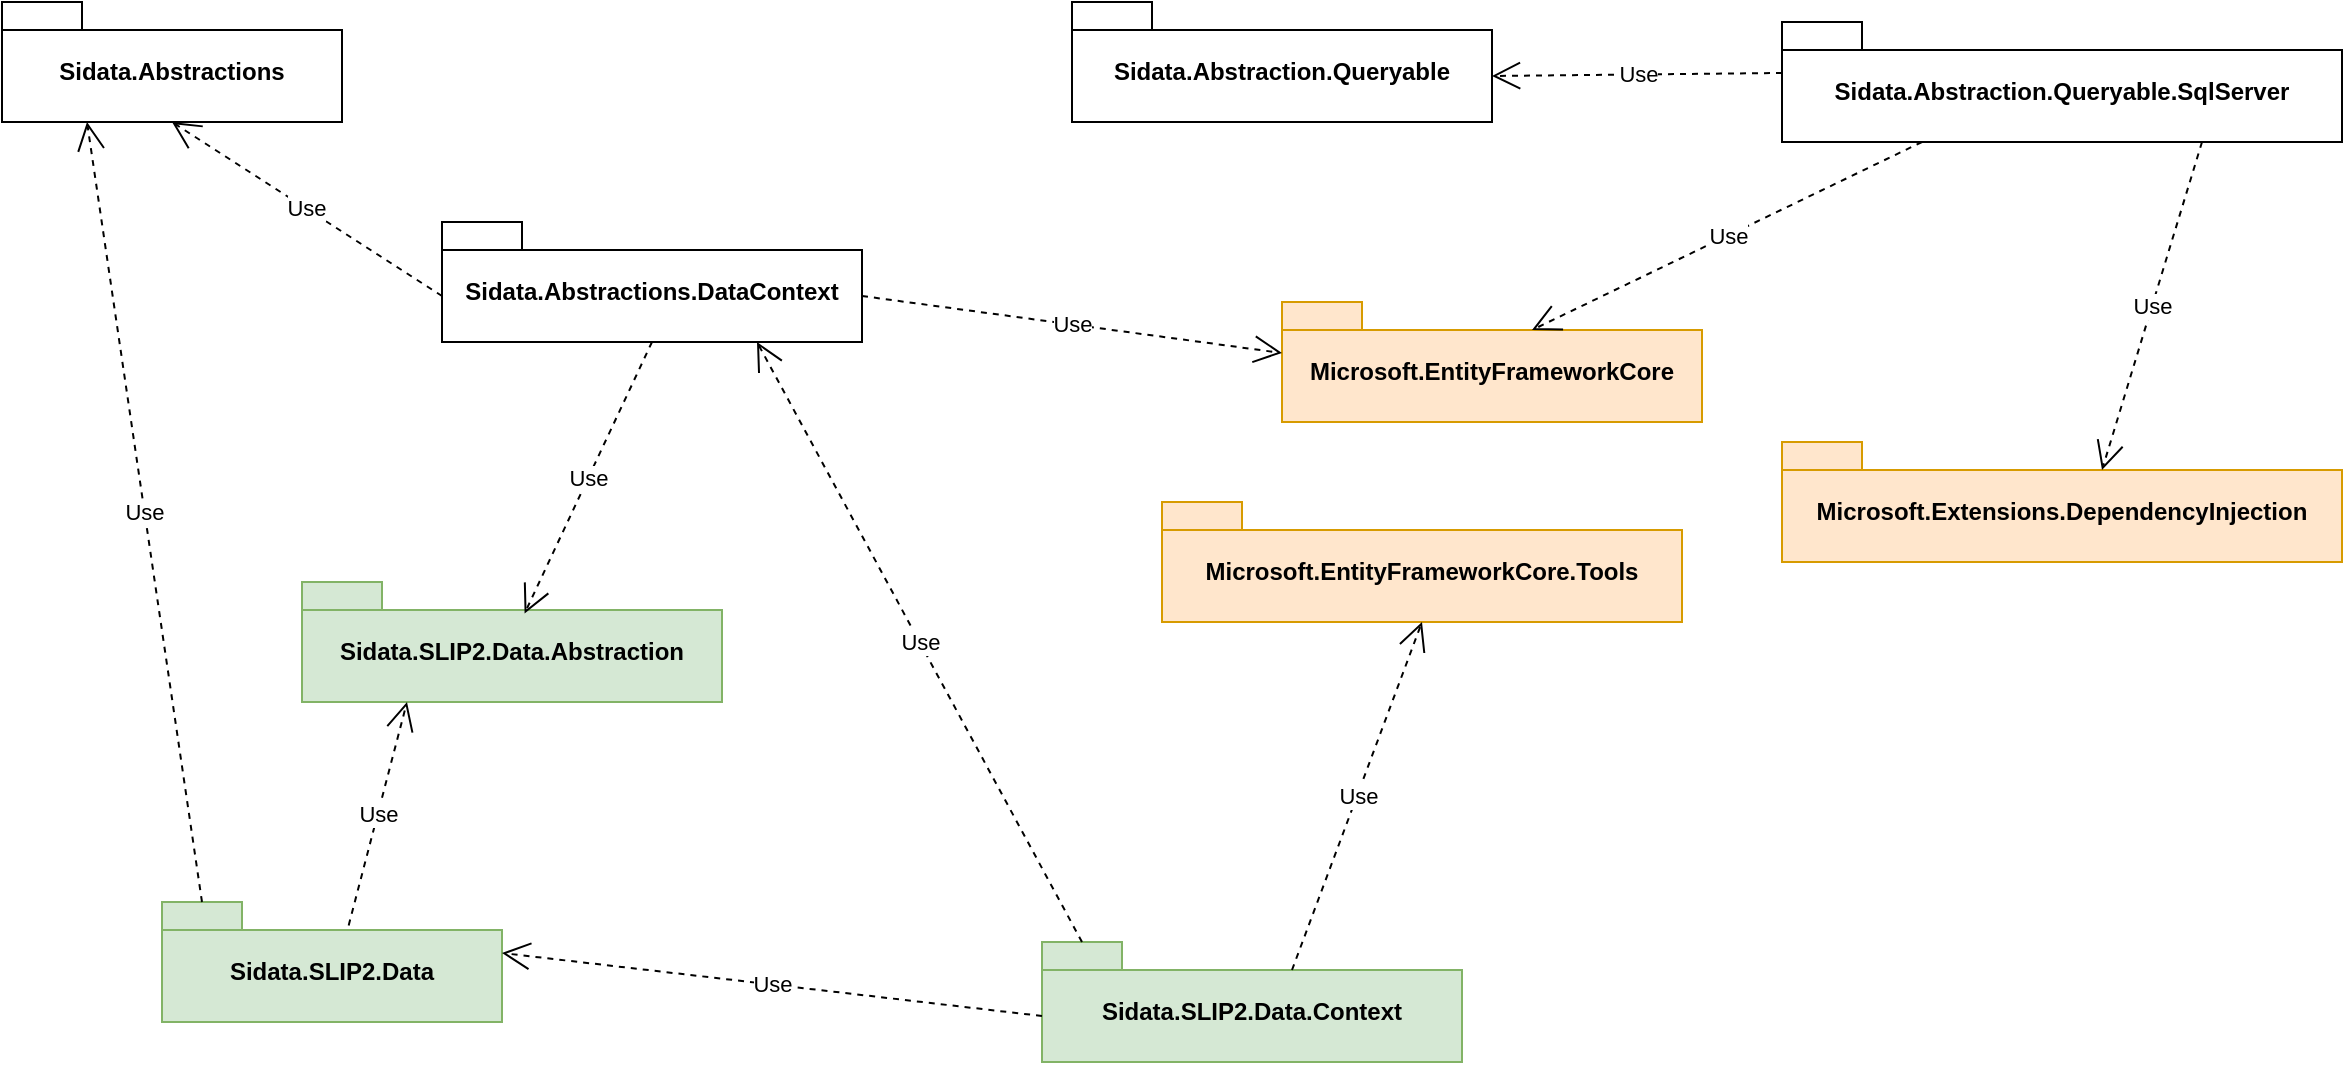
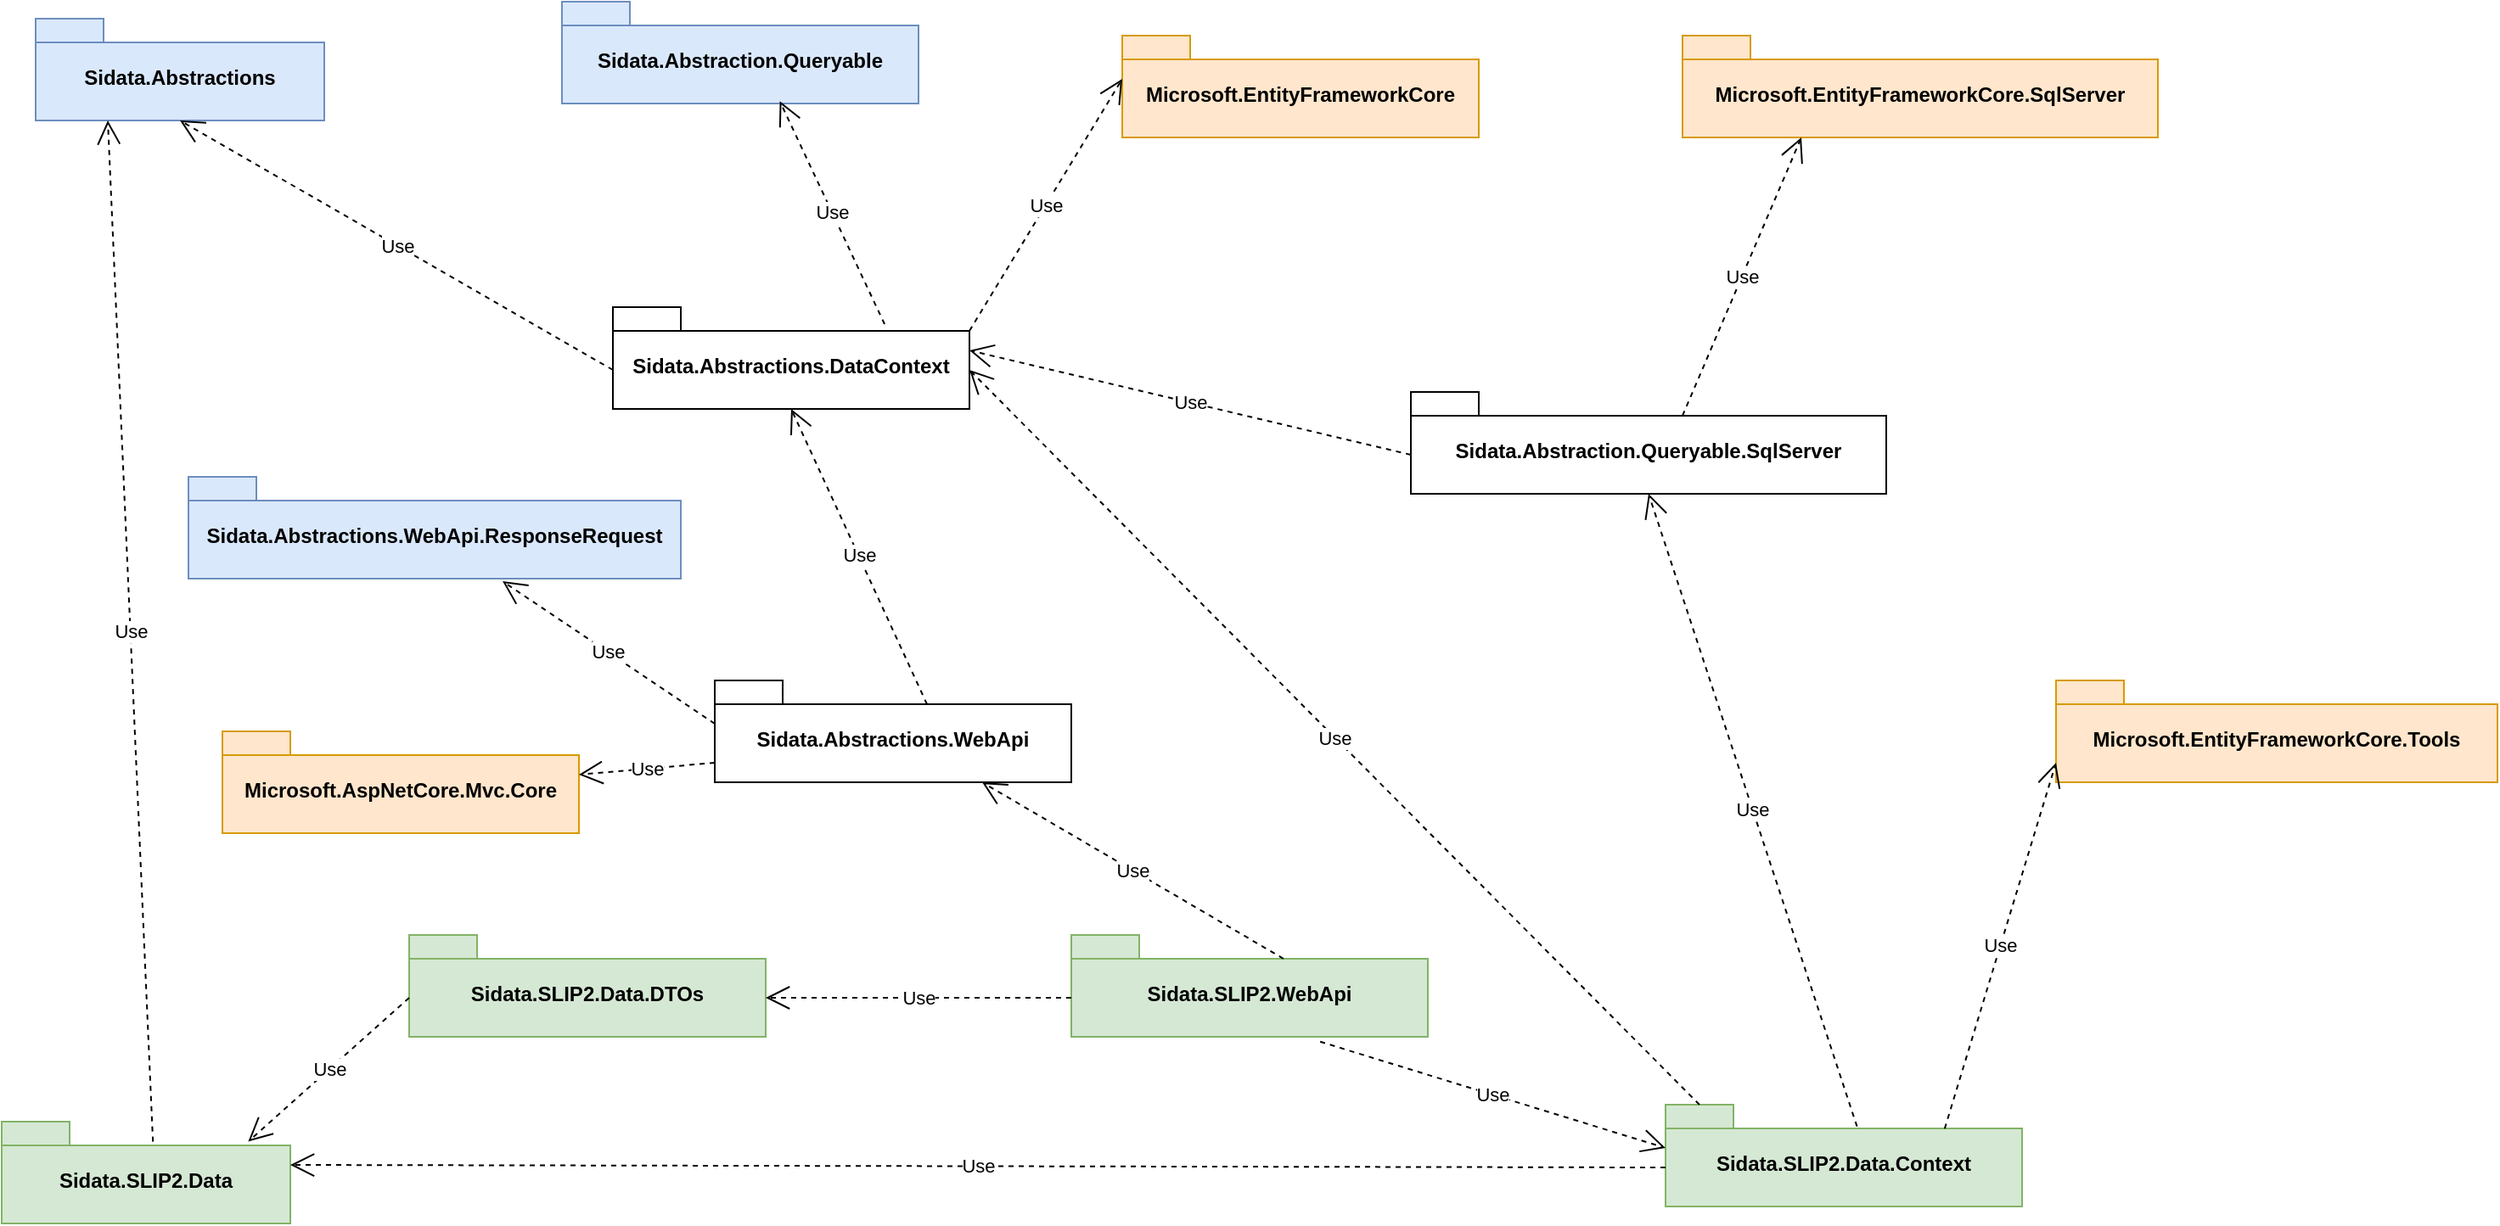
<mxfile host="embed.diagrams.net">
  <diagram id="XgaYLzxiFAJV2h1pV004" name="Page-1">
-     <mxGraphModel dx="1185" dy="771" grid="1" gridSize="10" guides="1" tooltips="1" connect="1" arrows="1" fold="1" page="1" pageScale="1" pageWidth="850" pageHeight="1100" math="0" shadow="0">
+     <mxGraphModel dx="1054" dy="498" grid="1" gridSize="10" guides="1" tooltips="1" connect="1" arrows="1" fold="1" page="1" pageScale="1" pageWidth="850" pageHeight="1100" math="0" shadow="0">
      <root>
        <mxCell id="0" />
        <mxCell id="1" parent="0" />
-         <mxCell id="2" parent="1" style="shape=folder;fontStyle=1;spacingTop=10;tabWidth=40;tabHeight=14;tabPosition=left;html=1;whiteSpace=wrap;" value="Sidata.Abstractions" vertex="1">
+         <mxCell id="2" parent="1" style="shape=folder;fontStyle=1;spacingTop=10;tabWidth=40;tabHeight=14;tabPosition=left;html=1;whiteSpace=wrap;fillColor=#dae8fc;strokeColor=#6c8ebf;" value="Sidata.Abstractions" vertex="1">
          <mxGeometry height="60" width="170" x="30" y="20" as="geometry" />
        </mxCell>
        <mxCell id="3" parent="1" style="shape=folder;fontStyle=1;spacingTop=10;tabWidth=40;tabHeight=14;tabPosition=left;html=1;whiteSpace=wrap;" value="Sidata.Abstractions.DataContext" vertex="1">
-           <mxGeometry height="60" width="210" x="250" y="130" as="geometry" />
+           <mxGeometry height="60" width="210" x="370" y="190" as="geometry" />
        </mxCell>
        <mxCell id="4" parent="1" style="shape=folder;fontStyle=1;spacingTop=10;tabWidth=40;tabHeight=14;tabPosition=left;html=1;whiteSpace=wrap;fillColor=#ffe6cc;strokeColor=#d79b00;" value="Microsoft.EntityFramework&lt;span style=&quot;background-color: transparent; color: light-dark(rgb(0, 0, 0), rgb(255, 255, 255));&quot;&gt;Core&lt;/span&gt;" vertex="1">
-           <mxGeometry height="60" width="210" x="670" y="170" as="geometry" />
+           <mxGeometry height="60" width="210" x="670" y="30" as="geometry" />
        </mxCell>
        <mxCell id="5" edge="1" parent="1" source="3" style="endArrow=open;endSize=12;dashed=1;html=1;rounded=0;exitX=0;exitY=0;exitDx=0;exitDy=37;exitPerimeter=0;entryX=0.5;entryY=1;entryDx=0;entryDy=0;entryPerimeter=0;" target="2" value="Use">
          <mxGeometry relative="1" width="160" as="geometry">
            <mxPoint x="240" y="160" as="sourcePoint" />
            <mxPoint x="140" y="120" as="targetPoint" />
          </mxGeometry>
        </mxCell>
-         <mxCell id="6" edge="1" parent="1" source="3" style="endArrow=open;endSize=12;dashed=1;html=1;rounded=0;exitX=0;exitY=0;exitDx=210;exitDy=37;exitPerimeter=0;entryX=0;entryY=0;entryDx=0;entryDy=25.5;entryPerimeter=0;" target="4" value="Use">
+         <mxCell id="6" edge="1" parent="1" source="3" style="endArrow=open;endSize=12;dashed=1;html=1;rounded=0;entryX=0;entryY=0;entryDx=0;entryDy=25.5;entryPerimeter=0;exitX=0;exitY=0;exitDx=210;exitDy=14;exitPerimeter=0;" target="4" value="Use">
          <mxGeometry relative="1" width="160" as="geometry">
-             <mxPoint x="185" y="287" as="sourcePoint" />
+             <mxPoint x="480" y="200" as="sourcePoint" />
            <mxPoint x="520" y="140" as="targetPoint" />
          </mxGeometry>
        </mxCell>
-         <mxCell id="7" parent="1" style="shape=folder;fontStyle=1;spacingTop=10;tabWidth=40;tabHeight=14;tabPosition=left;html=1;whiteSpace=wrap;fillColor=#d5e8d4;strokeColor=#82b366;" value="Sidata.SLIP2.Data.Abstraction" vertex="1">
-           <mxGeometry height="60" width="210" x="180" y="310" as="geometry" />
+         <mxCell id="11" parent="1" style="shape=folder;fontStyle=1;spacingTop=10;tabWidth=40;tabHeight=14;tabPosition=left;html=1;whiteSpace=wrap;fillColor=#dae8fc;strokeColor=#6c8ebf;" value="Sidata.Abstraction.Queryable" vertex="1">
+           <mxGeometry height="60" width="210" x="340" y="10" as="geometry" />
        </mxCell>
-         <mxCell id="9" edge="1" parent="1" source="3" style="endArrow=open;endSize=12;dashed=1;html=1;rounded=0;exitX=0.5;exitY=1;exitDx=0;exitDy=0;exitPerimeter=0;entryX=0.53;entryY=0.262;entryDx=0;entryDy=0;entryPerimeter=0;" target="7" value="Use">
+         <mxCell id="12" parent="1" style="shape=folder;fontStyle=1;spacingTop=10;tabWidth=40;tabHeight=14;tabPosition=left;html=1;whiteSpace=wrap;" value="Sidata.Abstraction.Queryable.SqlServer" vertex="1">
+           <mxGeometry height="60" width="280" x="840" y="240" as="geometry" />
+         </mxCell>
+         <mxCell id="13" edge="1" parent="1" source="12" style="endArrow=open;endSize=12;dashed=1;html=1;rounded=0;entryX=0;entryY=0;entryDx=210;entryDy=25.5;entryPerimeter=0;exitX=0;exitY=0;exitDx=0;exitDy=37;exitPerimeter=0;" target="3" value="Use">
          <mxGeometry relative="1" width="160" as="geometry">
-             <mxPoint x="385" y="217" as="sourcePoint" />
-             <mxPoint x="220" y="140" as="targetPoint" />
+             <mxPoint x="760" y="180" as="sourcePoint" />
+             <mxPoint x="500" y="320" as="targetPoint" />
          </mxGeometry>
        </mxCell>
-         <mxCell id="11" parent="1" style="shape=folder;fontStyle=1;spacingTop=10;tabWidth=40;tabHeight=14;tabPosition=left;html=1;whiteSpace=wrap;" value="Sidata.Abstraction.Queryable" vertex="1">
-           <mxGeometry height="60" width="210" x="565" y="20" as="geometry" />
+         <mxCell id="15" parent="1" style="shape=folder;fontStyle=1;spacingTop=10;tabWidth=40;tabHeight=14;tabPosition=left;html=1;whiteSpace=wrap;fillColor=#ffe6cc;strokeColor=#d79b00;" value="Microsoft.EntityFramework&lt;span style=&quot;color: light-dark(rgb(0, 0, 0), rgb(255, 255, 255)); background-color: transparent;&quot;&gt;Core.SqlServer&lt;/span&gt;" vertex="1">
+           <mxGeometry height="60" width="280" x="1000" y="30" as="geometry" />
        </mxCell>
-         <mxCell id="12" parent="1" style="shape=folder;fontStyle=1;spacingTop=10;tabWidth=40;tabHeight=14;tabPosition=left;html=1;whiteSpace=wrap;" value="Sidata.Abstraction.Queryable.SqlServer" vertex="1">
-           <mxGeometry height="60" width="280" x="920" y="30" as="geometry" />
-         </mxCell>
-         <mxCell id="13" edge="1" parent="1" source="12" style="endArrow=open;endSize=12;dashed=1;html=1;rounded=0;exitX=0;exitY=0;exitDx=0;exitDy=25.5;exitPerimeter=0;entryX=0;entryY=0;entryDx=210;entryDy=37;entryPerimeter=0;" target="11" value="Use">
-           <mxGeometry relative="1" width="160" as="geometry">
-             <mxPoint x="880" y="140" as="sourcePoint" />
-             <mxPoint x="840" y="100" as="targetPoint" />
-           </mxGeometry>
-         </mxCell>
-         <mxCell id="14" edge="1" parent="1" source="12" style="endArrow=open;endSize=12;dashed=1;html=1;rounded=0;entryX=0;entryY=0;entryDx=125;entryDy=14;entryPerimeter=0;exitX=0.25;exitY=1;exitDx=0;exitDy=0;exitPerimeter=0;" target="4" value="Use">
-           <mxGeometry relative="1" width="160" as="geometry">
-             <mxPoint x="930" y="130" as="sourcePoint" />
-             <mxPoint x="870" y="140" as="targetPoint" />
-           </mxGeometry>
-         </mxCell>
-         <mxCell id="15" parent="1" style="shape=folder;fontStyle=1;spacingTop=10;tabWidth=40;tabHeight=14;tabPosition=left;html=1;whiteSpace=wrap;fillColor=#ffe6cc;strokeColor=#d79b00;" value="Microsoft.Extensions.DependencyInjection" vertex="1">
-           <mxGeometry height="60" width="280" x="920" y="240" as="geometry" />
-         </mxCell>
-         <mxCell id="16" edge="1" parent="1" source="12" style="endArrow=open;endSize=12;dashed=1;html=1;rounded=0;entryX=0;entryY=0;entryDx=160;entryDy=14;entryPerimeter=0;exitX=0.75;exitY=1;exitDx=0;exitDy=0;exitPerimeter=0;" target="15" value="Use">
+         <mxCell id="16" edge="1" parent="1" source="12" style="endArrow=open;endSize=12;dashed=1;html=1;rounded=0;entryX=0.25;entryY=1;entryDx=0;entryDy=0;entryPerimeter=0;exitX=0;exitY=0;exitDx=160;exitDy=14;exitPerimeter=0;" target="15" value="Use">
          <mxGeometry relative="1" width="160" as="geometry">
            <mxPoint x="530" y="574" as="sourcePoint" />
            <mxPoint x="898" y="290" as="targetPoint" />
          </mxGeometry>
        </mxCell>
        <mxCell id="18" parent="1" style="shape=folder;fontStyle=1;spacingTop=10;tabWidth=40;tabHeight=14;tabPosition=left;html=1;whiteSpace=wrap;fillColor=#d5e8d4;strokeColor=#82b366;" value="Sidata.SLIP2.Data" vertex="1">
-           <mxGeometry height="60" width="170" x="110" y="470" as="geometry" />
+           <mxGeometry height="60" width="170" x="10" y="670" as="geometry" />
        </mxCell>
-         <mxCell id="19" edge="1" parent="1" source="18" style="endArrow=open;endSize=12;dashed=1;html=1;rounded=0;entryX=0.25;entryY=1;entryDx=0;entryDy=0;entryPerimeter=0;exitX=0;exitY=0;exitDx=20;exitDy=0;exitPerimeter=0;" target="2" value="Use">
+         <mxCell id="19" edge="1" parent="1" source="18" style="endArrow=open;endSize=12;dashed=1;html=1;rounded=0;entryX=0.25;entryY=1;entryDx=0;entryDy=0;entryPerimeter=0;exitX=0.524;exitY=0.197;exitDx=0;exitDy=0;exitPerimeter=0;" target="2" value="Use">
          <mxGeometry relative="1" width="160" as="geometry">
            <mxPoint x="387" y="163" as="sourcePoint" />
            <mxPoint x="220" y="110" as="targetPoint" />
          </mxGeometry>
        </mxCell>
-         <mxCell id="20" edge="1" parent="1" source="18" style="endArrow=open;endSize=12;dashed=1;html=1;rounded=0;entryX=0.25;entryY=1;entryDx=0;entryDy=0;entryPerimeter=0;exitX=0.549;exitY=0.195;exitDx=0;exitDy=0;exitPerimeter=0;" target="7" value="Use">
-           <mxGeometry relative="1" width="160" as="geometry">
-             <mxPoint x="133" y="214" as="sourcePoint" />
-             <mxPoint x="80" y="100" as="targetPoint" />
-           </mxGeometry>
-         </mxCell>
        <mxCell id="21" parent="1" style="shape=folder;fontStyle=1;spacingTop=10;tabWidth=40;tabHeight=14;tabPosition=left;html=1;whiteSpace=wrap;fillColor=#d5e8d4;strokeColor=#82b366;" value="Sidata.SLIP2.Data.Context" vertex="1">
-           <mxGeometry height="60" width="210" x="550" y="490" as="geometry" />
+           <mxGeometry height="60" width="210" x="990" y="660" as="geometry" />
        </mxCell>
        <mxCell id="23" parent="1" style="shape=folder;fontStyle=1;spacingTop=10;tabWidth=40;tabHeight=14;tabPosition=left;html=1;whiteSpace=wrap;fillColor=#ffe6cc;strokeColor=#d79b00;" value="Microsoft.EntityFramework&lt;span style=&quot;background-color: transparent; color: light-dark(rgb(0, 0, 0), rgb(255, 255, 255));&quot;&gt;Core.Tools&lt;/span&gt;" vertex="1">
-           <mxGeometry height="60" width="260" x="610" y="270" as="geometry" />
+           <mxGeometry height="60" width="260" x="1220" y="410" as="geometry" />
        </mxCell>
-         <mxCell id="24" edge="1" parent="1" source="21" style="endArrow=open;endSize=12;dashed=1;html=1;rounded=0;entryX=0.5;entryY=1;entryDx=0;entryDy=0;entryPerimeter=0;exitX=0;exitY=0;exitDx=125;exitDy=14;exitPerimeter=0;" target="23" value="Use">
+         <mxCell id="24" edge="1" parent="1" source="21" style="endArrow=open;endSize=12;dashed=1;html=1;rounded=0;entryX=0;entryY=0;entryDx=0;entryDy=48.5;entryPerimeter=0;exitX=0.783;exitY=0.235;exitDx=0;exitDy=0;exitPerimeter=0;" target="23" value="Use">
          <mxGeometry relative="1" width="160" as="geometry">
            <mxPoint x="650" y="390" as="sourcePoint" />
            <mxPoint x="350" y="376" as="targetPoint" />
          </mxGeometry>
        </mxCell>
-         <mxCell id="25" edge="1" parent="1" source="21" style="endArrow=open;endSize=12;dashed=1;html=1;rounded=0;exitX=0;exitY=0;exitDx=20;exitDy=0;exitPerimeter=0;entryX=0.75;entryY=1;entryDx=0;entryDy=0;entryPerimeter=0;" target="3" value="Use">
+         <mxCell id="25" edge="1" parent="1" source="21" style="endArrow=open;endSize=12;dashed=1;html=1;rounded=0;exitX=0;exitY=0;exitDx=20;exitDy=0;exitPerimeter=0;entryX=0;entryY=0;entryDx=210;entryDy=37;entryPerimeter=0;" target="3" value="Use">
          <mxGeometry relative="1" width="160" as="geometry">
            <mxPoint x="730" y="674" as="sourcePoint" />
            <mxPoint x="830" y="350" as="targetPoint" />
          </mxGeometry>
        </mxCell>
        <mxCell id="26" edge="1" parent="1" source="21" style="endArrow=open;endSize=12;dashed=1;html=1;rounded=0;exitX=0;exitY=0;exitDx=0;exitDy=37;exitPerimeter=0;entryX=0;entryY=0;entryDx=170;entryDy=25.5;entryPerimeter=0;" target="18" value="Use">
          <mxGeometry relative="1" width="160" as="geometry">
            <mxPoint x="672" y="550" as="sourcePoint" />
            <mxPoint x="500" y="330" as="targetPoint" />
          </mxGeometry>
        </mxCell>
+         <mxCell id="27" edge="1" parent="1" source="3" style="endArrow=open;endSize=12;dashed=1;html=1;rounded=0;exitX=0.762;exitY=0.167;exitDx=0;exitDy=0;exitPerimeter=0;entryX=0.611;entryY=0.977;entryDx=0;entryDy=0;entryPerimeter=0;" target="11" value="Use">
+           <mxGeometry relative="1" width="160" as="geometry">
+             <mxPoint x="1100" y="50" as="sourcePoint" />
+             <mxPoint x="640" y="138" as="targetPoint" />
+           </mxGeometry>
+         </mxCell>
+         <mxCell id="28" parent="1" style="shape=folder;fontStyle=1;spacingTop=10;tabWidth=40;tabHeight=14;tabPosition=left;html=1;whiteSpace=wrap;" value="Sidata.Abstractions.WebApi" vertex="1">
+           <mxGeometry height="60" width="210" x="430" y="410" as="geometry" />
+         </mxCell>
+         <mxCell id="30" parent="1" style="shape=folder;fontStyle=1;spacingTop=10;tabWidth=40;tabHeight=14;tabPosition=left;html=1;whiteSpace=wrap;fillColor=#dae8fc;strokeColor=#6c8ebf;" value="Sidata.Abstractions.WebApi.ResponseRequest" vertex="1">
+           <mxGeometry height="60" width="290" x="120" y="290" as="geometry" />
+         </mxCell>
+         <mxCell id="31" edge="1" parent="1" source="28" style="endArrow=open;endSize=12;dashed=1;html=1;rounded=0;exitX=0;exitY=0;exitDx=0;exitDy=25.5;exitPerimeter=0;entryX=0.638;entryY=1.026;entryDx=0;entryDy=0;entryPerimeter=0;" target="30" value="Use">
+           <mxGeometry relative="1" width="160" as="geometry">
+             <mxPoint x="440" y="430" as="sourcePoint" />
+             <mxPoint x="300" y="400" as="targetPoint" />
+           </mxGeometry>
+         </mxCell>
+         <mxCell id="32" parent="1" style="shape=folder;fontStyle=1;spacingTop=10;tabWidth=40;tabHeight=14;tabPosition=left;html=1;whiteSpace=wrap;fillColor=#ffe6cc;strokeColor=#d79b00;" value="Microsoft.AspNetCore.Mvc.Core" vertex="1">
+           <mxGeometry height="60" width="210" x="140" y="440" as="geometry" />
+         </mxCell>
+         <mxCell id="33" edge="1" parent="1" source="28" style="endArrow=open;endSize=12;dashed=1;html=1;rounded=0;exitX=0;exitY=0;exitDx=0;exitDy=48.5;exitPerimeter=0;entryX=0;entryY=0;entryDx=210;entryDy=25.5;entryPerimeter=0;" target="32" value="Use">
+           <mxGeometry relative="1" width="160" as="geometry">
+             <mxPoint x="980" y="370" as="sourcePoint" />
+             <mxPoint x="1148" y="370" as="targetPoint" />
+           </mxGeometry>
+         </mxCell>
+         <mxCell id="34" edge="1" parent="1" source="28" style="endArrow=open;endSize=12;dashed=1;html=1;rounded=0;exitX=0;exitY=0;exitDx=125;exitDy=14;exitPerimeter=0;entryX=0.5;entryY=1;entryDx=0;entryDy=0;entryPerimeter=0;" target="3" value="Use">
+           <mxGeometry relative="1" width="160" x="0.0061" as="geometry">
+             <mxPoint as="offset" />
+             <mxPoint x="900" y="478" as="sourcePoint" />
+             <mxPoint x="1045" y="380" as="targetPoint" />
+           </mxGeometry>
+         </mxCell>
+         <mxCell id="35" edge="1" parent="1" source="21" style="endArrow=open;endSize=12;dashed=1;html=1;rounded=0;exitX=0.537;exitY=0.214;exitDx=0;exitDy=0;exitPerimeter=0;entryX=0.5;entryY=1;entryDx=0;entryDy=0;entryPerimeter=0;" target="12" value="Use">
+           <mxGeometry relative="1" width="160" as="geometry">
+             <mxPoint x="968" y="671" as="sourcePoint" />
+             <mxPoint x="800" y="420" as="targetPoint" />
+           </mxGeometry>
+         </mxCell>
+         <mxCell id="36" parent="1" style="shape=folder;fontStyle=1;spacingTop=10;tabWidth=40;tabHeight=14;tabPosition=left;html=1;whiteSpace=wrap;fillColor=#d5e8d4;strokeColor=#82b366;" value="Sidata.SLIP2.Data.DTOs" vertex="1">
+           <mxGeometry height="60" width="210" x="250" y="560" as="geometry" />
+         </mxCell>
+         <mxCell id="37" edge="1" parent="1" source="36" style="endArrow=open;endSize=12;dashed=1;html=1;rounded=0;exitX=0;exitY=0;exitDx=0;exitDy=37;exitPerimeter=0;entryX=0.854;entryY=0.195;entryDx=0;entryDy=0;entryPerimeter=0;" target="18" value="Use">
+           <mxGeometry relative="1" width="160" as="geometry">
+             <Array as="points" />
+             <mxPoint x="480" y="803" as="sourcePoint" />
+             <mxPoint x="290" y="760" as="targetPoint" />
+           </mxGeometry>
+         </mxCell>
+         <mxCell id="39" parent="1" style="shape=folder;fontStyle=1;spacingTop=10;tabWidth=40;tabHeight=14;tabPosition=left;html=1;whiteSpace=wrap;fillColor=#d5e8d4;strokeColor=#82b366;" value="Sidata.SLIP2.WebApi" vertex="1">
+           <mxGeometry height="60" width="210" x="640" y="560" as="geometry" />
+         </mxCell>
+         <mxCell id="42" edge="1" parent="1" source="39" style="endArrow=open;endSize=12;dashed=1;html=1;rounded=0;exitX=0;exitY=0;exitDx=125;exitDy=14;exitPerimeter=0;entryX=0.75;entryY=1;entryDx=0;entryDy=0;entryPerimeter=0;" target="28" value="Use">
+           <mxGeometry relative="1" width="160" as="geometry">
+             <mxPoint x="530" y="540" as="sourcePoint" />
+             <mxPoint x="460" y="567" as="targetPoint" />
+           </mxGeometry>
+         </mxCell>
+         <mxCell id="43" edge="1" parent="1" source="39" style="endArrow=open;endSize=12;dashed=1;html=1;rounded=0;exitX=0;exitY=0;exitDx=0;exitDy=37;exitPerimeter=0;entryX=0;entryY=0;entryDx=210;entryDy=37;entryPerimeter=0;" target="36" value="Use">
+           <mxGeometry relative="1" width="160" as="geometry">
+             <mxPoint x="797" y="614" as="sourcePoint" />
+             <mxPoint x="630" y="490" as="targetPoint" />
+           </mxGeometry>
+         </mxCell>
+         <mxCell id="44" edge="1" parent="1" source="39" style="endArrow=open;endSize=12;dashed=1;html=1;rounded=0;exitX=0.698;exitY=1.048;exitDx=0;exitDy=0;exitPerimeter=0;entryX=0;entryY=0;entryDx=0;entryDy=25.5;entryPerimeter=0;" target="21" value="Use">
+           <mxGeometry relative="1" width="160" as="geometry">
+             <mxPoint x="797" y="614" as="sourcePoint" />
+             <mxPoint x="650" y="500" as="targetPoint" />
+           </mxGeometry>
+         </mxCell>
      </root>
    </mxGraphModel>
  </diagram>
</mxfile>
